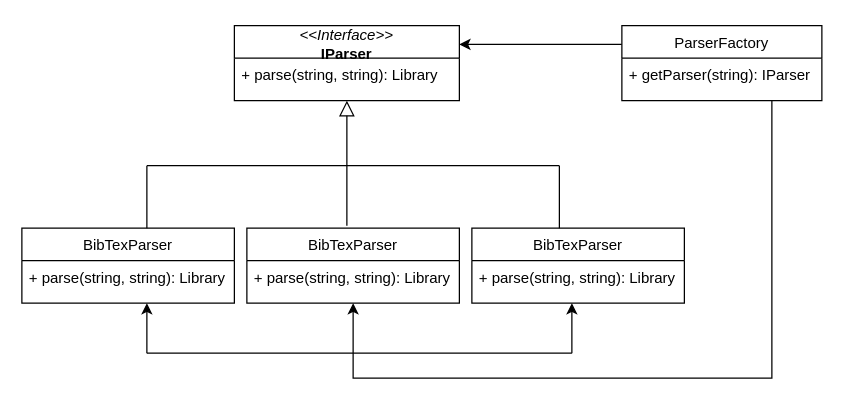
This is doc/parser.drawio from zezosarg/bibliography-manager, a draw.io file, before an edit. Source tidied: cells renumbered, new cells numbered last; positions are measured from the earlier drawing's top-left corner, leaving out a move shared by most shapes. Both pictures are drawn from the tidied source at 125%, with x=0, y=0 at pixel (21, 25).
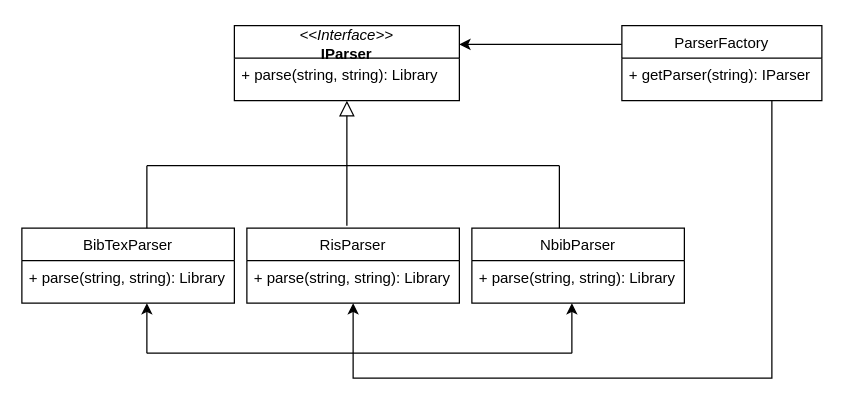
The same diagram, later.

What changed in the source:
```diff
@@
-    <mxCell id="8" value="BibTexParser" style="swimlane;fontStyle=0;align=center;verticalAlign=top;horizontal=1;startSize=26;rounded=0;shadow=0;strokeWidth=1;" parent="1" vertex="1">
+    <mxCell id="8" value="RisParser" style="swimlane;fontStyle=0;align=center;verticalAlign=top;horizontal=1;startSize=26;rounded=0;shadow=0;strokeWidth=1;" parent="1" vertex="1">
       <mxGeometry x="180" y="162" width="170" height="60" as="geometry" />
     </mxCell>
@@
-    <mxCell id="10" value="BibTexParser" style="swimlane;fontStyle=0;align=center;verticalAlign=top;horizontal=1;startSize=26;rounded=0;shadow=0;strokeWidth=1;" parent="1" vertex="1">
+    <mxCell id="10" value="NbibParser" style="swimlane;fontStyle=0;align=center;verticalAlign=top;horizontal=1;startSize=26;rounded=0;shadow=0;strokeWidth=1;" parent="1" vertex="1">
       <mxGeometry x="360" y="162" width="170" height="60" as="geometry" />
     </mxCell>
```
